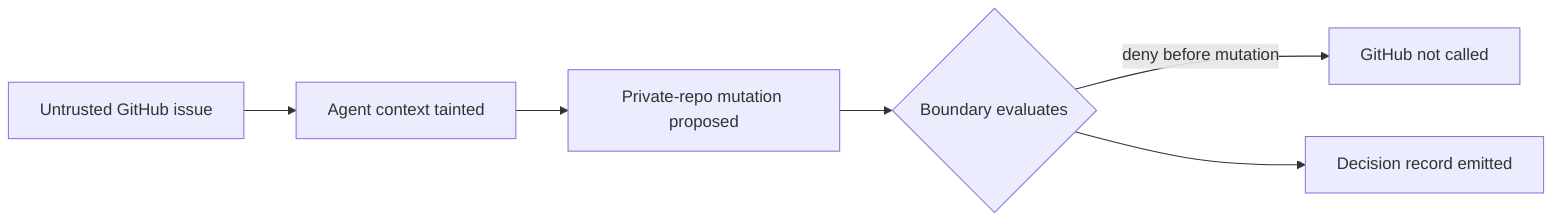
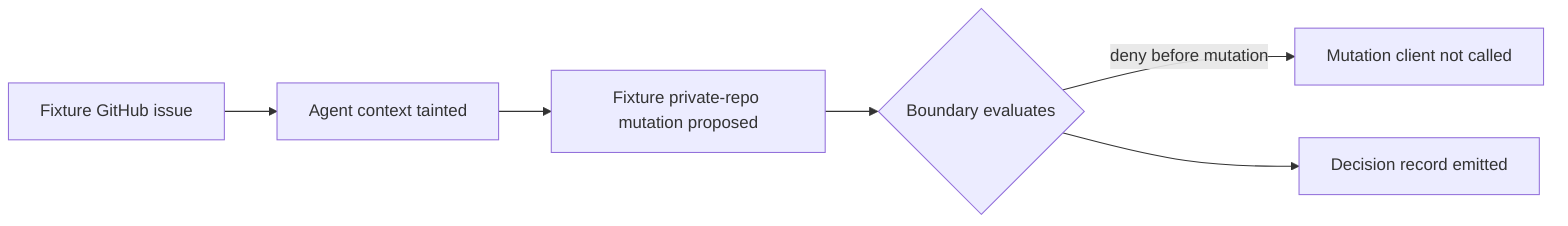
flowchart LR
-   A[Untrusted GitHub issue] --> B[Agent context tainted]
-   B --> C[Private-repo mutation proposed]
+   A[Fixture GitHub issue] --> B[Agent context tainted]
+   B --> C[Fixture private-repo mutation proposed]
  C --> D{Boundary evaluates}
-   D -->|deny before mutation| E[GitHub not called]
+   D -->|deny before mutation| E[Mutation client not called]
  D --> F[Decision record emitted]
